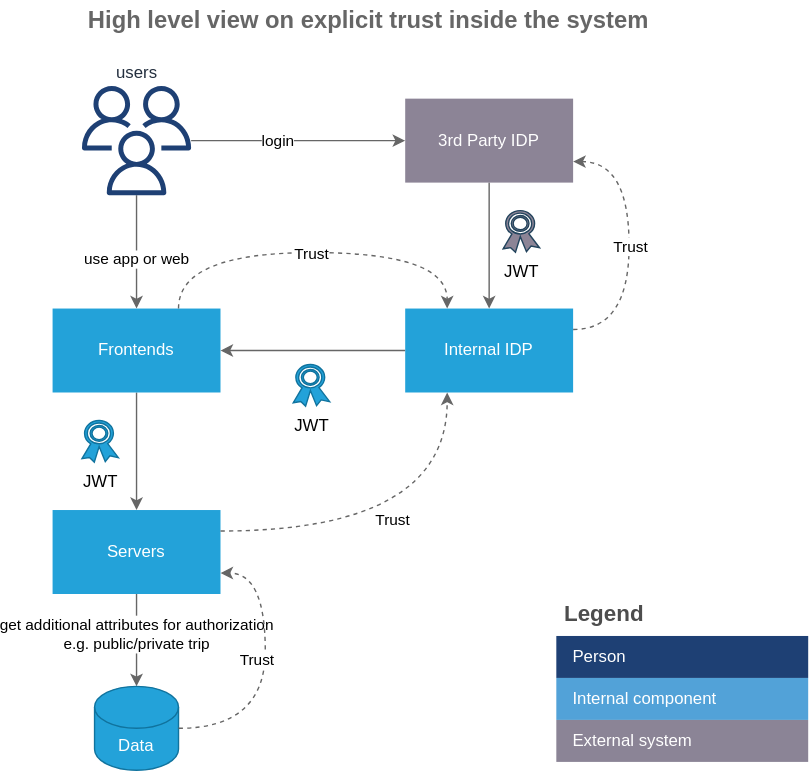
This is diagrams/Security.drawio.svg from wschaef/architecture-kata-2023, a draw.io export, as it was before one commit. Source tidied: cells renumbered, new cells last; positions are measured from the earlier drawing's top-left corner, leaving out a move shared by most shapes.
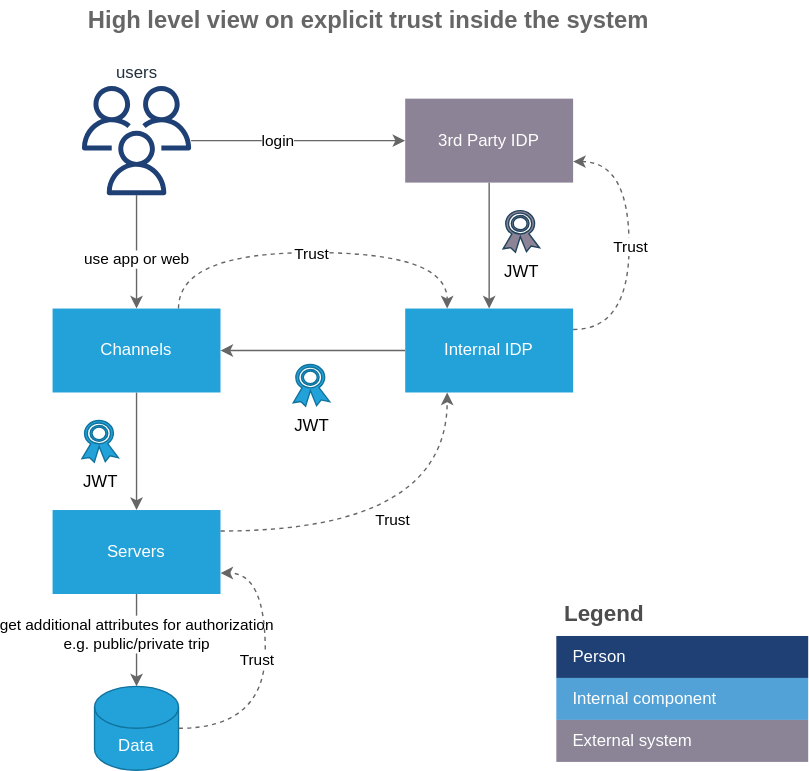
After the commit.

What changed in the source:
```diff
@@ -5,7 +5,7 @@
     <mxCell id="2" style="edgeStyle=orthogonalEdgeStyle;rounded=0;jettySize=auto;html=1;strokeColor=#666666;" parent="1" edge="1" source="3" target="12">
       <mxGeometry relative="1" as="geometry" />
     </mxCell>
-    <mxCell id="3" value="Frontends" style="rounded=0;whiteSpace=wrap;html=1;fillColor=#23A2D9;strokeColor=none;fontColor=#FFFFFF;" parent="1" vertex="1">
+    <mxCell id="3" value="Channels" style="rounded=0;whiteSpace=wrap;html=1;fillColor=#23A2D9;strokeColor=none;fontColor=#FFFFFF;" parent="1" vertex="1">
       <mxGeometry y="220" width="120" height="60" as="geometry" />
     </mxCell>
     <mxCell id="4" style="edgeStyle=orthogonalEdgeStyle;rounded=0;jettySize=auto;html=1;entryX=1;entryY=0.5;entryDx=0;entryDy=0;strokeColor=#666666;" parent="1" edge="1" source="7" target="3">
```
